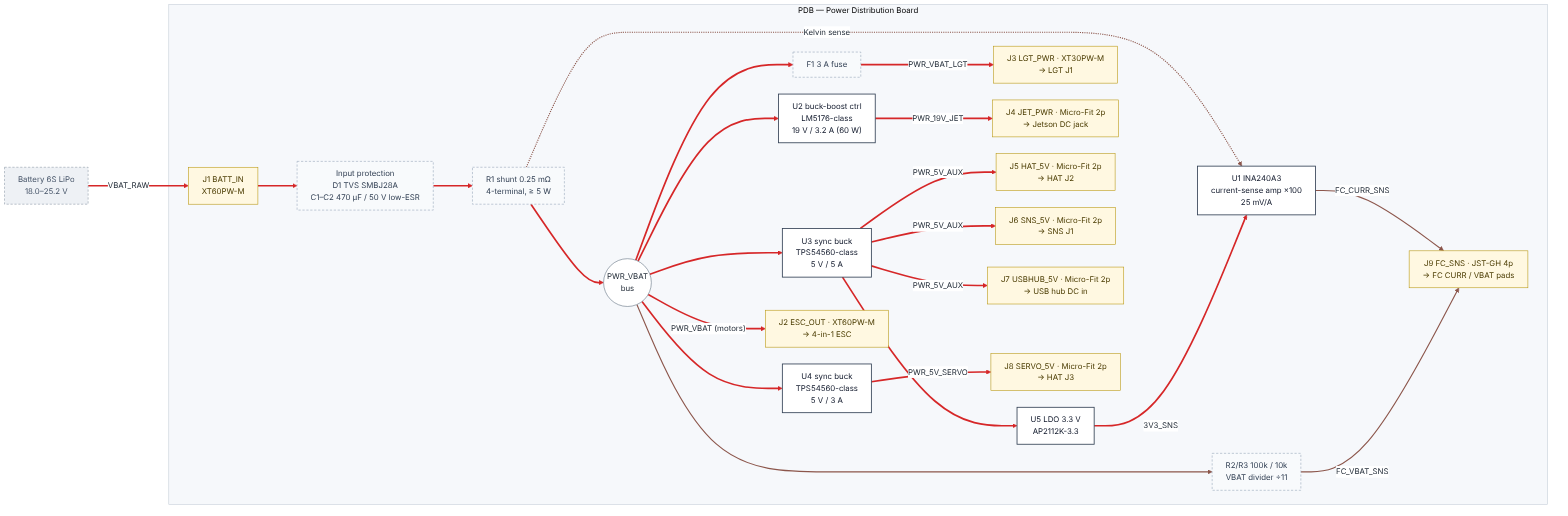
Above: docs/electrical/diagrams/board-pdb.png in MuhammadTukhtasunov/data (Mermaid), before the change. Its source is kept beside it as docs/electrical/diagrams/board-pdb.mmd.
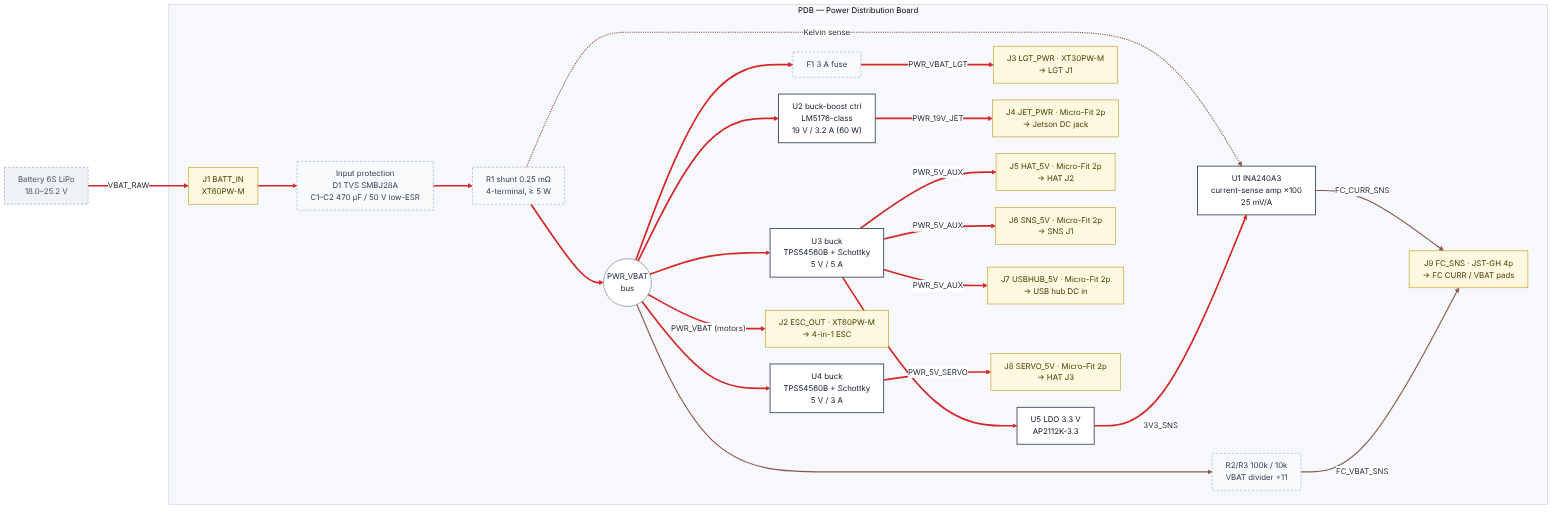
Later version of the same file.

Change to the diagram source:
```diff
@@ -12,8 +12,8 @@
         DIV["R2/R3 100k / 10k<br/>VBAT divider ÷11"]:::passive
         F1["F1 3 A fuse"]:::passive
         U2["U2 buck-boost ctrl<br/>LM5176-class<br/>19 V / 3.2 A (60 W)"]:::ic
-        U3["U3 sync buck<br/>TPS54560-class<br/>5 V / 5 A"]:::ic
-        U4["U4 sync buck<br/>TPS54560-class<br/>5 V / 3 A"]:::ic
+        U3["U3 buck<br/>TPS54560B + Schottky<br/>5 V / 5 A"]:::ic
+        U4["U4 buck<br/>TPS54560B + Schottky<br/>5 V / 3 A"]:::ic
         U5["U5 LDO 3.3 V<br/>AP2112K-3.3"]:::ic
         J2["J2 ESC_OUT · XT60PW-M<br/>→ 4-in-1 ESC"]:::conn
         J3["J3 LGT_PWR · XT30PW-M<br/>→ LGT J1"]:::conn
```
